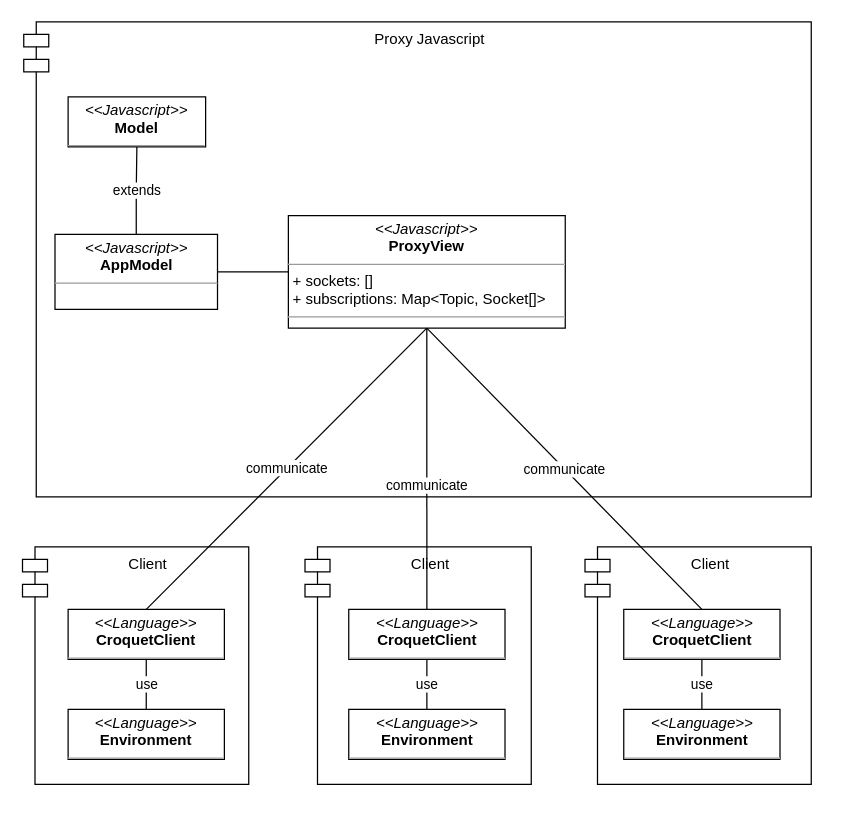
Above: page "Page-6" (6 of 6) of croquet.drawio in alemazzo/croquet-adapter (draw.io), before the change. Source tidied: cells renumbered, new cells numbered last; positions are measured from the earlier drawing's top-left corner, leaving out a move shared by most shapes. Both pictures are drawn from the tidied source at 125%, with x=0, y=0 at pixel (21, 21).
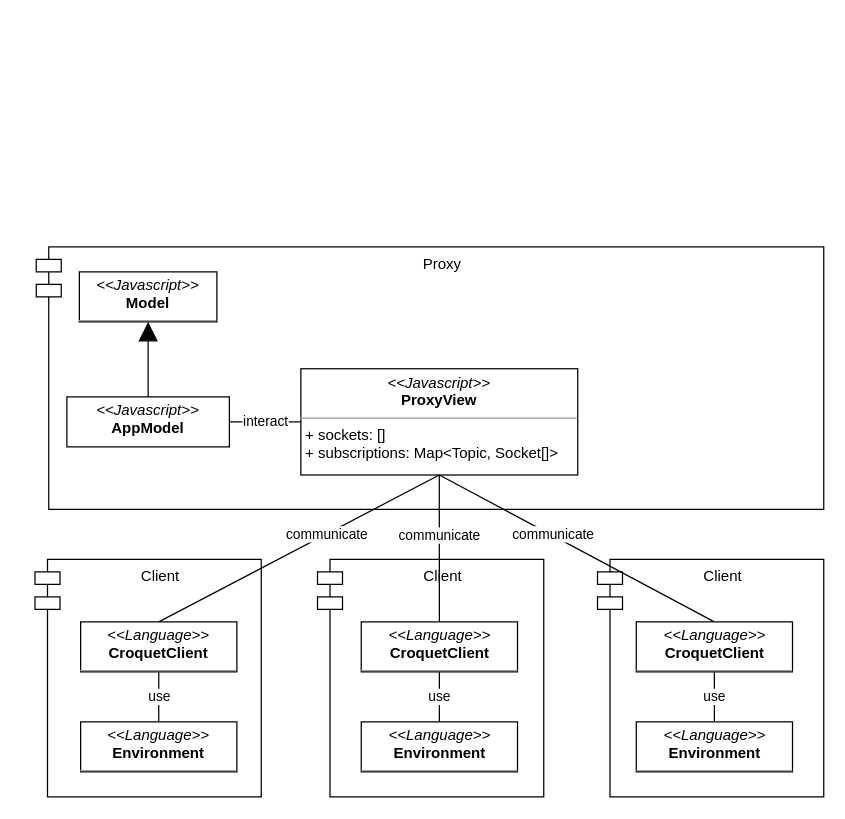
Above is the later version.

What changed in the source:
```diff
@@
-    <mxCell id="2" value="Client" style="shape=module;align=left;spacingLeft=20;align=center;verticalAlign=top;" parent="1" vertex="1">
-      <mxGeometry x="450.5" y="420" width="181" height="190" as="geometry" />
-    </mxCell>
-    <mxCell id="3" value="Client" style="shape=module;align=left;spacingLeft=20;align=center;verticalAlign=top;" parent="1" vertex="1">
-      <mxGeometry x="226.5" y="420" width="181" height="190" as="geometry" />
-    </mxCell>
-    <mxCell id="4" value="Client" style="shape=module;align=left;spacingLeft=20;align=center;verticalAlign=top;" parent="1" vertex="1">
-      <mxGeometry x="0.5" y="420" width="181" height="190" as="geometry" />
-    </mxCell>
-    <mxCell id="5" value="Proxy Javascript" style="shape=module;align=left;spacingLeft=20;align=center;verticalAlign=top;" parent="1" vertex="1">
-      <mxGeometry x="1.5" width="630" height="380" as="geometry" />
-    </mxCell>
+    <mxCell id="24" value="Client" style="shape=module;align=left;spacingLeft=20;align=center;verticalAlign=top;" parent="1" vertex="1">
+      <mxGeometry x="460.5" y="430" width="181" height="190" as="geometry" />
+    </mxCell>
+    <mxCell id="25" value="Client" style="shape=module;align=left;spacingLeft=20;align=center;verticalAlign=top;" parent="1" vertex="1">
+      <mxGeometry x="236.5" y="430" width="181" height="190" as="geometry" />
+    </mxCell>
+    <mxCell id="26" value="Client" style="shape=module;align=left;spacingLeft=20;align=center;verticalAlign=top;" parent="1" vertex="1">
+      <mxGeometry x="10.5" y="430" width="181" height="190" as="geometry" />
+    </mxCell>
+    <mxCell id="27" value="Proxy" style="shape=module;align=left;spacingLeft=20;align=center;verticalAlign=top;" parent="1" vertex="1">
+      <mxGeometry x="11.5" y="180" width="630" height="210" as="geometry" />
+    </mxCell>
-    <mxCell id="6" value="extends" style="edgeStyle=orthogonalEdgeStyle;rounded=0;jettySize=auto;html=1;exitX=0.5;exitY=0;exitDx=0;exitDy=0;entryX=0.5;entryY=1;entryDx=0;entryDy=0;startArrow=none;startFill=0;endArrow=none;endFill=0;startSize=15;endSize=13;" parent="1" edge="1" source="8" target="9">
+    <mxCell id="6" style="edgeStyle=orthogonalEdgeStyle;rounded=0;jettySize=auto;html=1;exitX=0.5;exitY=0;exitDx=0;exitDy=0;entryX=0.5;entryY=1;entryDx=0;entryDy=0;startArrow=none;startFill=0;endArrow=block;endFill=1;startSize=15;endSize=13;" parent="1" edge="1" source="8" target="9">
       <mxGeometry relative="1" as="geometry" />
     </mxCell>
-    <mxCell id="7" style="edgeStyle=none;rounded=0;jettySize=auto;html=1;exitX=1;exitY=0.5;exitDx=0;exitDy=0;entryX=0;entryY=0.5;entryDx=0;entryDy=0;startArrow=none;startFill=0;endArrow=none;endFill=0;startSize=15;endSize=13;" parent="1" edge="1" source="8" target="10">
+    <mxCell id="7" value="interact" style="edgeStyle=none;rounded=0;jettySize=auto;html=1;exitX=1;exitY=0.5;exitDx=0;exitDy=0;entryX=0;entryY=0.5;entryDx=0;entryDy=0;startArrow=none;startFill=0;endArrow=none;endFill=0;startSize=15;endSize=13;" parent="1" edge="1" source="8" target="10">
       <mxGeometry relative="1" as="geometry" />
     </mxCell>
-    <mxCell id="8" value="&lt;p style=&quot;margin:0px;margin-top:4px;text-align:center;&quot;&gt;&lt;i&gt;&amp;lt;&amp;lt;&lt;/i&gt;&lt;i&gt;Javascript&lt;/i&gt;&lt;i&gt;&amp;gt;&amp;gt;&lt;/i&gt;&lt;br&gt;&lt;b&gt;AppModel&lt;/b&gt;&lt;/p&gt;&lt;hr size=&quot;1&quot;&gt;&lt;p style=&quot;margin:0px;margin-left:4px;&quot;&gt;&lt;br&gt;&lt;/p&gt;&lt;hr size=&quot;1&quot;&gt;&lt;p style=&quot;margin:0px;margin-left:4px;&quot;&gt;&lt;br&gt;&lt;/p&gt;" style="verticalAlign=top;align=left;overflow=fill;fontSize=12;fontFamily=Helvetica;html=1;" parent="1" vertex="1">
-      <mxGeometry x="26.5" y="170" width="130" height="60" as="geometry" />
+    <mxCell id="8" value="&lt;p style=&quot;margin:0px;margin-top:4px;text-align:center;&quot;&gt;&lt;i&gt;&amp;lt;&amp;lt;&lt;/i&gt;&lt;i&gt;Javascript&lt;/i&gt;&lt;i&gt;&amp;gt;&amp;gt;&lt;/i&gt;&lt;br&gt;&lt;b&gt;AppModel&lt;/b&gt;&lt;/p&gt;&lt;p style=&quot;margin:0px;margin-top:4px;text-align:center;&quot;&gt;&lt;b&gt;&lt;br&gt;&lt;/b&gt;&lt;/p&gt;&lt;hr size=&quot;1&quot;&gt;&lt;p style=&quot;margin:0px;margin-left:4px;&quot;&gt;&lt;br&gt;&lt;/p&gt;&lt;hr size=&quot;1&quot;&gt;&lt;p style=&quot;margin:0px;margin-left:4px;&quot;&gt;&lt;br&gt;&lt;/p&gt;" style="verticalAlign=top;align=left;overflow=fill;fontSize=12;fontFamily=Helvetica;html=1;" parent="1" vertex="1">
+      <mxGeometry x="36" y="300" width="130" height="40" as="geometry" />
     </mxCell>
     <mxCell id="9" value="&lt;p style=&quot;margin:0px;margin-top:4px;text-align:center;&quot;&gt;&lt;i&gt;&amp;lt;&amp;lt;&lt;/i&gt;&lt;i&gt;Javascript&lt;/i&gt;&lt;i&gt;&amp;gt;&amp;gt;&lt;/i&gt;&lt;br&gt;&lt;b&gt;Model&lt;/b&gt;&lt;/p&gt;&lt;hr size=&quot;1&quot;&gt;&lt;p style=&quot;margin:0px;margin-left:4px;&quot;&gt;&lt;br&gt;&lt;/p&gt;&lt;hr size=&quot;1&quot;&gt;&lt;p style=&quot;margin:0px;margin-left:4px;&quot;&gt;&lt;br&gt;&lt;/p&gt;" style="verticalAlign=top;align=left;overflow=fill;fontSize=12;fontFamily=Helvetica;html=1;" parent="1" vertex="1">
-      <mxGeometry x="37" y="60" width="110" height="40" as="geometry" />
+      <mxGeometry x="46" y="200" width="110" height="40" as="geometry" />
     </mxCell>
-    <mxCell id="10" value="&lt;p style=&quot;margin:0px;margin-top:4px;text-align:center;&quot;&gt;&lt;i&gt;&amp;lt;&amp;lt;Javascript&amp;gt;&amp;gt;&lt;/i&gt;&lt;br&gt;&lt;b&gt;ProxyView&lt;/b&gt;&lt;/p&gt;&lt;hr size=&quot;1&quot;&gt;&lt;p style=&quot;margin:0px;margin-left:4px;&quot;&gt;+ sockets: []&lt;/p&gt;&lt;p style=&quot;margin:0px;margin-left:4px;&quot;&gt;+ subscriptions: Map&amp;lt;Topic, Socket[]&amp;gt;&lt;/p&gt;&lt;hr size=&quot;1&quot;&gt;&lt;p style=&quot;margin:0px;margin-left:4px;&quot;&gt;&lt;br&gt;&lt;/p&gt;" style="verticalAlign=top;align=left;overflow=fill;fontSize=12;fontFamily=Helvetica;html=1;" parent="1" vertex="1">
-      <mxGeometry x="213.2" y="155" width="221.5" height="90" as="geometry" />
+    <mxCell id="10" value="&lt;p style=&quot;margin:0px;margin-top:4px;text-align:center;&quot;&gt;&lt;i&gt;&amp;lt;&amp;lt;Javascript&amp;gt;&amp;gt;&lt;/i&gt;&lt;br&gt;&lt;b&gt;ProxyView&lt;/b&gt;&lt;/p&gt;&lt;hr size=&quot;1&quot;&gt;&lt;p style=&quot;margin:0px;margin-left:4px;&quot;&gt;+ sockets: []&lt;/p&gt;&lt;p style=&quot;margin:0px;margin-left:4px;&quot;&gt;+ subscriptions: Map&amp;lt;Topic, Socket[]&amp;gt;&lt;/p&gt;&lt;p style=&quot;margin:0px;margin-left:4px;&quot;&gt;&lt;br&gt;&lt;/p&gt;&lt;hr size=&quot;1&quot;&gt;&lt;p style=&quot;margin:0px;margin-left:4px;&quot;&gt;&lt;br&gt;&lt;/p&gt;" style="verticalAlign=top;align=left;overflow=fill;fontSize=12;fontFamily=Helvetica;html=1;" parent="1" vertex="1">
+      <mxGeometry x="223.2" y="277.5" width="221.5" height="85" as="geometry" />
     </mxCell>
     <mxCell id="11" value="communicate" style="edgeStyle=none;rounded=0;jettySize=auto;html=1;exitX=0.5;exitY=0;exitDx=0;exitDy=0;entryX=0.5;entryY=1;entryDx=0;entryDy=0;startArrow=none;startFill=0;endArrow=none;endFill=0;startSize=15;endSize=13;" parent="1" edge="1" source="12" target="10">
-      <mxGeometry relative="1" as="geometry" />
+      <mxGeometry x="0.2" relative="1" as="geometry" />
     </mxCell>
     <mxCell id="12" value="&lt;p style=&quot;margin:0px;margin-top:4px;text-align:center;&quot;&gt;&lt;i&gt;&amp;lt;&amp;lt;Language&amp;gt;&amp;gt;&lt;/i&gt;&lt;br&gt;&lt;b&gt;CroquetClient&lt;/b&gt;&lt;/p&gt;&lt;hr size=&quot;1&quot;&gt;&lt;p style=&quot;margin:0px;margin-left:4px;&quot;&gt;&lt;br&gt;&lt;/p&gt;&lt;hr size=&quot;1&quot;&gt;&lt;p style=&quot;margin:0px;margin-left:4px;&quot;&gt;&lt;br&gt;&lt;/p&gt;" style="verticalAlign=top;align=left;overflow=fill;fontSize=12;fontFamily=Helvetica;html=1;" parent="1" vertex="1">
-      <mxGeometry x="37" y="470" width="125" height="40" as="geometry" />
+      <mxGeometry x="47" y="480" width="125" height="40" as="geometry" />
     </mxCell>
-    <mxCell id="13" value="communicate" style="edgeStyle=none;rounded=0;jettySize=auto;html=1;exitX=0.5;exitY=0;exitDx=0;exitDy=0;entryX=0.5;entryY=1;entryDx=0;entryDy=0;startArrow=none;startFill=0;endArrow=none;endFill=0;startSize=15;endSize=13;" parent="1" edge="1" source="14" target="10">
-      <mxGeometry x="-0.12" relative="1" as="geometry" />
-    </mxCell>
-    <mxCell id="14" value="&lt;p style=&quot;margin:0px;margin-top:4px;text-align:center;&quot;&gt;&lt;i&gt;&amp;lt;&amp;lt;&lt;/i&gt;&lt;i&gt;Language&lt;/i&gt;&lt;i&gt;&amp;gt;&amp;gt;&lt;/i&gt;&lt;br&gt;&lt;b&gt;CroquetClient&lt;/b&gt;&lt;/p&gt;&lt;hr size=&quot;1&quot;&gt;&lt;p style=&quot;margin:0px;margin-left:4px;&quot;&gt;&lt;br&gt;&lt;/p&gt;&lt;hr size=&quot;1&quot;&gt;&lt;p style=&quot;margin:0px;margin-left:4px;&quot;&gt;&lt;br&gt;&lt;/p&gt;" style="verticalAlign=top;align=left;overflow=fill;fontSize=12;fontFamily=Helvetica;html=1;" parent="1" vertex="1">
-      <mxGeometry x="261.5" y="470" width="125" height="40" as="geometry" />
-    </mxCell>
-    <mxCell id="15" value="communicate" style="edgeStyle=none;rounded=0;jettySize=auto;html=1;exitX=0.5;exitY=0;exitDx=0;exitDy=0;entryX=0.5;entryY=1;entryDx=0;entryDy=0;startArrow=none;startFill=0;endArrow=none;endFill=0;startSize=15;endSize=13;" parent="1" edge="1" source="16" target="10">
-      <mxGeometry relative="1" as="geometry" />
-    </mxCell>
-    <mxCell id="16" value="&lt;p style=&quot;margin:0px;margin-top:4px;text-align:center;&quot;&gt;&lt;i&gt;&amp;lt;&amp;lt;&lt;/i&gt;&lt;i&gt;Language&lt;/i&gt;&lt;i&gt;&amp;gt;&amp;gt;&lt;/i&gt;&lt;br&gt;&lt;b&gt;CroquetClient&lt;/b&gt;&lt;/p&gt;&lt;hr size=&quot;1&quot;&gt;&lt;p style=&quot;margin:0px;margin-left:4px;&quot;&gt;&lt;br&gt;&lt;/p&gt;&lt;hr size=&quot;1&quot;&gt;&lt;p style=&quot;margin:0px;margin-left:4px;&quot;&gt;&lt;br&gt;&lt;/p&gt;" style="verticalAlign=top;align=left;overflow=fill;fontSize=12;fontFamily=Helvetica;html=1;" parent="1" vertex="1">
-      <mxGeometry x="481.5" y="470" width="125" height="40" as="geometry" />
-    </mxCell>
-    <mxCell id="17" value="use" style="edgeStyle=none;rounded=0;jettySize=auto;html=1;exitX=0.5;exitY=0;exitDx=0;exitDy=0;entryX=0.5;entryY=1;entryDx=0;entryDy=0;startArrow=none;startFill=0;endArrow=none;endFill=0;startSize=15;endSize=13;" parent="1" edge="1" source="18" target="12">
-      <mxGeometry relative="1" as="geometry" />
-    </mxCell>
-    <mxCell id="18" value="&lt;p style=&quot;margin:0px;margin-top:4px;text-align:center;&quot;&gt;&lt;i&gt;&amp;lt;&amp;lt;&lt;/i&gt;&lt;i&gt;Language&lt;/i&gt;&lt;i&gt;&amp;gt;&amp;gt;&lt;/i&gt;&lt;br&gt;&lt;b&gt;Environment&lt;/b&gt;&lt;/p&gt;&lt;hr size=&quot;1&quot;&gt;&lt;p style=&quot;margin:0px;margin-left:4px;&quot;&gt;&lt;br&gt;&lt;/p&gt;&lt;hr size=&quot;1&quot;&gt;&lt;p style=&quot;margin:0px;margin-left:4px;&quot;&gt;&lt;br&gt;&lt;/p&gt;" style="verticalAlign=top;align=left;overflow=fill;fontSize=12;fontFamily=Helvetica;html=1;" parent="1" vertex="1">
-      <mxGeometry x="37" y="550" width="125" height="40" as="geometry" />
-    </mxCell>
-    <mxCell id="19" value="use" style="edgeStyle=none;rounded=0;jettySize=auto;html=1;exitX=0.5;exitY=0;exitDx=0;exitDy=0;entryX=0.5;entryY=1;entryDx=0;entryDy=0;startArrow=none;startFill=0;endArrow=none;endFill=0;startSize=15;endSize=13;" parent="1" edge="1" source="20" target="14">
-      <mxGeometry relative="1" as="geometry" />
-    </mxCell>
-    <mxCell id="20" value="&lt;p style=&quot;margin:0px;margin-top:4px;text-align:center;&quot;&gt;&lt;i&gt;&amp;lt;&amp;lt;&lt;/i&gt;&lt;i&gt;Language&lt;/i&gt;&lt;i&gt;&amp;gt;&amp;gt;&lt;/i&gt;&lt;br&gt;&lt;b&gt;Environment&lt;/b&gt;&lt;/p&gt;&lt;hr size=&quot;1&quot;&gt;&lt;p style=&quot;margin:0px;margin-left:4px;&quot;&gt;&lt;br&gt;&lt;/p&gt;&lt;hr size=&quot;1&quot;&gt;&lt;p style=&quot;margin:0px;margin-left:4px;&quot;&gt;&lt;br&gt;&lt;/p&gt;" style="verticalAlign=top;align=left;overflow=fill;fontSize=12;fontFamily=Helvetica;html=1;" parent="1" vertex="1">
-      <mxGeometry x="261.5" y="550" width="125" height="40" as="geometry" />
-    </mxCell>
-    <mxCell id="21" value="use" style="edgeStyle=none;rounded=0;jettySize=auto;html=1;exitX=0.5;exitY=0;exitDx=0;exitDy=0;entryX=0.5;entryY=1;entryDx=0;entryDy=0;startArrow=none;startFill=0;endArrow=none;endFill=0;startSize=15;endSize=13;" parent="1" edge="1" source="22" target="16">
-      <mxGeometry relative="1" as="geometry" />
-    </mxCell>
-    <mxCell id="22" value="&lt;p style=&quot;margin:0px;margin-top:4px;text-align:center;&quot;&gt;&lt;i&gt;&amp;lt;&amp;lt;&lt;/i&gt;&lt;i&gt;Language&lt;/i&gt;&lt;i&gt;&amp;gt;&amp;gt;&lt;/i&gt;&lt;br&gt;&lt;b&gt;Environment&lt;/b&gt;&lt;/p&gt;&lt;hr size=&quot;1&quot;&gt;&lt;p style=&quot;margin:0px;margin-left:4px;&quot;&gt;&lt;br&gt;&lt;/p&gt;&lt;hr size=&quot;1&quot;&gt;&lt;p style=&quot;margin:0px;margin-left:4px;&quot;&gt;&lt;br&gt;&lt;/p&gt;" style="verticalAlign=top;align=left;overflow=fill;fontSize=12;fontFamily=Helvetica;html=1;" parent="1" vertex="1">
-      <mxGeometry x="481.5" y="550" width="125" height="40" as="geometry" />
-    </mxCell>
-    <mxCell id="23" style="edgeStyle=none;rounded=0;orthogonalLoop=1;jettySize=auto;html=1;entryX=1;entryY=0.5;entryDx=0;entryDy=0;startArrow=none;startFill=0;endArrow=none;endFill=0;startSize=15;endSize=13;" parent="1" edge="1" source="22" target="22">
-      <mxGeometry relative="1" as="geometry" />
-    </mxCell>
+    <mxCell id="28" value="communicate" style="edgeStyle=none;rounded=0;jettySize=auto;html=1;exitX=0.5;exitY=0;exitDx=0;exitDy=0;entryX=0.5;entryY=1;entryDx=0;entryDy=0;startArrow=none;startFill=0;endArrow=none;endFill=0;startSize=15;endSize=13;" parent="1" edge="1" source="29" target="10">
+      <mxGeometry x="0.19" relative="1" as="geometry">
+        <mxPoint y="1" as="offset" />
+      </mxGeometry>
+    </mxCell>
+    <mxCell id="29" value="&lt;p style=&quot;margin:0px;margin-top:4px;text-align:center;&quot;&gt;&lt;i&gt;&amp;lt;&amp;lt;&lt;/i&gt;&lt;i&gt;Language&lt;/i&gt;&lt;i&gt;&amp;gt;&amp;gt;&lt;/i&gt;&lt;br&gt;&lt;b&gt;CroquetClient&lt;/b&gt;&lt;/p&gt;&lt;hr size=&quot;1&quot;&gt;&lt;p style=&quot;margin:0px;margin-left:4px;&quot;&gt;&lt;br&gt;&lt;/p&gt;&lt;hr size=&quot;1&quot;&gt;&lt;p style=&quot;margin:0px;margin-left:4px;&quot;&gt;&lt;br&gt;&lt;/p&gt;" style="verticalAlign=top;align=left;overflow=fill;fontSize=12;fontFamily=Helvetica;html=1;" parent="1" vertex="1">
+      <mxGeometry x="271.5" y="480" width="125" height="40" as="geometry" />
+    </mxCell>
+    <mxCell id="30" value="communicate" style="edgeStyle=none;rounded=0;jettySize=auto;html=1;exitX=0.5;exitY=0;exitDx=0;exitDy=0;entryX=0.5;entryY=1;entryDx=0;entryDy=0;startArrow=none;startFill=0;endArrow=none;endFill=0;startSize=15;endSize=13;" parent="1" edge="1" source="31" target="10">
+      <mxGeometry x="0.18" y="-1" relative="1" as="geometry" />
+    </mxCell>
+    <mxCell id="31" value="&lt;p style=&quot;margin:0px;margin-top:4px;text-align:center;&quot;&gt;&lt;i&gt;&amp;lt;&amp;lt;&lt;/i&gt;&lt;i&gt;Language&lt;/i&gt;&lt;i&gt;&amp;gt;&amp;gt;&lt;/i&gt;&lt;br&gt;&lt;b&gt;CroquetClient&lt;/b&gt;&lt;/p&gt;&lt;hr size=&quot;1&quot;&gt;&lt;p style=&quot;margin:0px;margin-left:4px;&quot;&gt;&lt;br&gt;&lt;/p&gt;&lt;hr size=&quot;1&quot;&gt;&lt;p style=&quot;margin:0px;margin-left:4px;&quot;&gt;&lt;br&gt;&lt;/p&gt;" style="verticalAlign=top;align=left;overflow=fill;fontSize=12;fontFamily=Helvetica;html=1;" parent="1" vertex="1">
+      <mxGeometry x="491.5" y="480" width="125" height="40" as="geometry" />
+    </mxCell>
+    <mxCell id="32" value="use" style="edgeStyle=none;rounded=0;jettySize=auto;html=1;exitX=0.5;exitY=0;exitDx=0;exitDy=0;entryX=0.5;entryY=1;entryDx=0;entryDy=0;startArrow=none;startFill=0;endArrow=none;endFill=0;startSize=15;endSize=13;" parent="1" edge="1" source="33" target="12">
+      <mxGeometry relative="1" as="geometry" />
+    </mxCell>
+    <mxCell id="33" value="&lt;p style=&quot;margin:0px;margin-top:4px;text-align:center;&quot;&gt;&lt;i&gt;&amp;lt;&amp;lt;&lt;/i&gt;&lt;i&gt;Language&lt;/i&gt;&lt;i&gt;&amp;gt;&amp;gt;&lt;/i&gt;&lt;br&gt;&lt;b&gt;Environment&lt;/b&gt;&lt;/p&gt;&lt;hr size=&quot;1&quot;&gt;&lt;p style=&quot;margin:0px;margin-left:4px;&quot;&gt;&lt;br&gt;&lt;/p&gt;&lt;hr size=&quot;1&quot;&gt;&lt;p style=&quot;margin:0px;margin-left:4px;&quot;&gt;&lt;br&gt;&lt;/p&gt;" style="verticalAlign=top;align=left;overflow=fill;fontSize=12;fontFamily=Helvetica;html=1;" parent="1" vertex="1">
+      <mxGeometry x="47" y="560" width="125" height="40" as="geometry" />
+    </mxCell>
+    <mxCell id="34" value="use" style="edgeStyle=none;rounded=0;jettySize=auto;html=1;exitX=0.5;exitY=0;exitDx=0;exitDy=0;entryX=0.5;entryY=1;entryDx=0;entryDy=0;startArrow=none;startFill=0;endArrow=none;endFill=0;startSize=15;endSize=13;" parent="1" edge="1" source="35" target="29">
+      <mxGeometry relative="1" as="geometry" />
+    </mxCell>
+    <mxCell id="35" value="&lt;p style=&quot;margin:0px;margin-top:4px;text-align:center;&quot;&gt;&lt;i&gt;&amp;lt;&amp;lt;&lt;/i&gt;&lt;i&gt;Language&lt;/i&gt;&lt;i&gt;&amp;gt;&amp;gt;&lt;/i&gt;&lt;br&gt;&lt;b&gt;Environment&lt;/b&gt;&lt;/p&gt;&lt;hr size=&quot;1&quot;&gt;&lt;p style=&quot;margin:0px;margin-left:4px;&quot;&gt;&lt;br&gt;&lt;/p&gt;&lt;hr size=&quot;1&quot;&gt;&lt;p style=&quot;margin:0px;margin-left:4px;&quot;&gt;&lt;br&gt;&lt;/p&gt;" style="verticalAlign=top;align=left;overflow=fill;fontSize=12;fontFamily=Helvetica;html=1;" parent="1" vertex="1">
+      <mxGeometry x="271.5" y="560" width="125" height="40" as="geometry" />
+    </mxCell>
+    <mxCell id="36" value="use" style="edgeStyle=none;rounded=0;jettySize=auto;html=1;exitX=0.5;exitY=0;exitDx=0;exitDy=0;entryX=0.5;entryY=1;entryDx=0;entryDy=0;startArrow=none;startFill=0;endArrow=none;endFill=0;startSize=15;endSize=13;" parent="1" edge="1" source="37" target="31">
+      <mxGeometry relative="1" as="geometry" />
+    </mxCell>
+    <mxCell id="37" value="&lt;p style=&quot;margin:0px;margin-top:4px;text-align:center;&quot;&gt;&lt;i&gt;&amp;lt;&amp;lt;&lt;/i&gt;&lt;i&gt;Language&lt;/i&gt;&lt;i&gt;&amp;gt;&amp;gt;&lt;/i&gt;&lt;br&gt;&lt;b&gt;Environment&lt;/b&gt;&lt;/p&gt;&lt;hr size=&quot;1&quot;&gt;&lt;p style=&quot;margin:0px;margin-left:4px;&quot;&gt;&lt;br&gt;&lt;/p&gt;&lt;hr size=&quot;1&quot;&gt;&lt;p style=&quot;margin:0px;margin-left:4px;&quot;&gt;&lt;br&gt;&lt;/p&gt;" style="verticalAlign=top;align=left;overflow=fill;fontSize=12;fontFamily=Helvetica;html=1;" parent="1" vertex="1">
+      <mxGeometry x="491.5" y="560" width="125" height="40" as="geometry" />
+    </mxCell>
+    <mxCell id="38" style="edgeStyle=none;rounded=0;orthogonalLoop=1;jettySize=auto;html=1;entryX=1;entryY=0.5;entryDx=0;entryDy=0;startArrow=none;startFill=0;endArrow=none;endFill=0;startSize=15;endSize=13;" parent="1" edge="1" source="37" target="37">
+      <mxGeometry relative="1" as="geometry" />
+    </mxCell>
```
